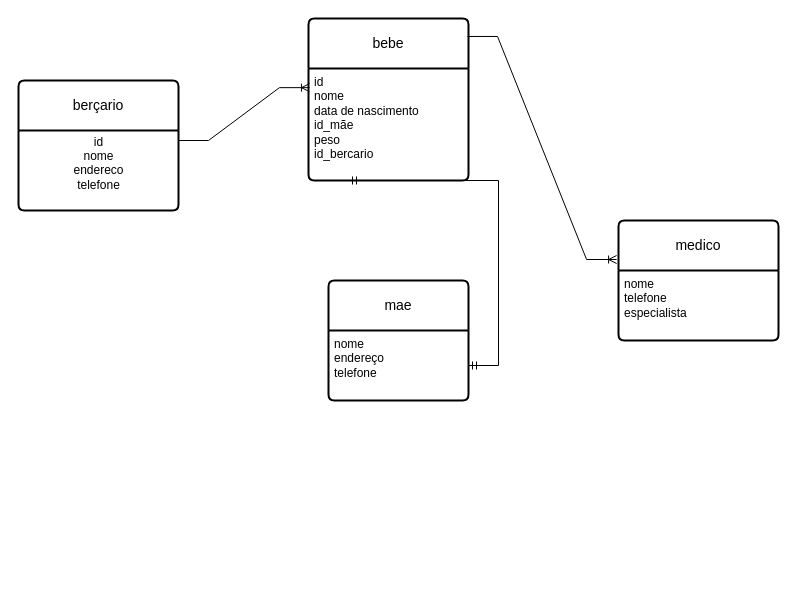
3GG11/Banco_de_Dados keeps this draw.io diagram as Diagrama sem nome.drawio. Above is the earlier version. Source tidied: cells renumbered, new cells numbered last; positions are measured from the earlier drawing's top-left corner, leaving out a move shared by most shapes. Both pictures are drawn from the tidied source at 100%, with x=0, y=0 at pixel (18, 18).
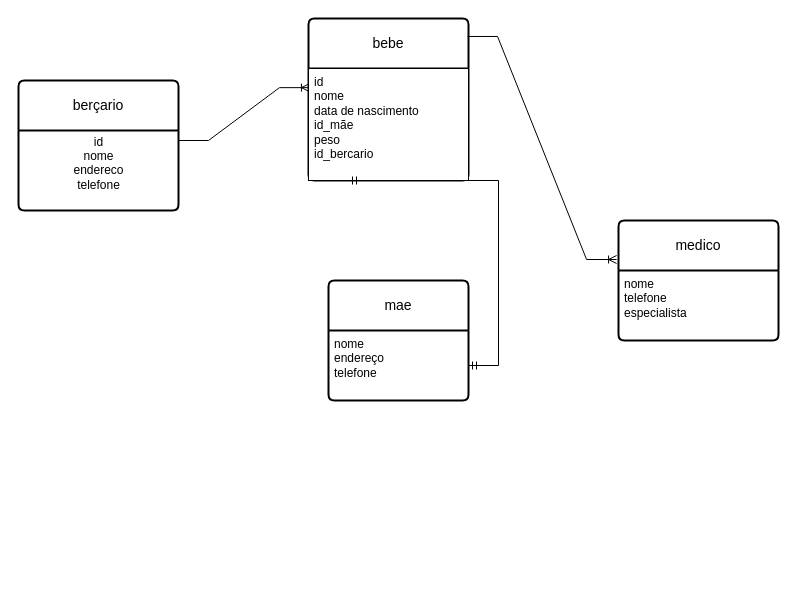
The same diagram, later.

Diff of the diagram source:
```diff
@@
 <mxGraphModel>
   <root>
     <mxCell id="0" />
     <mxCell id="1" parent="0" />
     <mxCell id="2" value="berçario" style="swimlane;horizontal=1;startSize=50;rounded=1;fontSize=14;fontStyle=0;strokeWidth=2;shadow=0;dashed=0;align=center;arcSize=4;whiteSpace=wrap;html=1;" parent="1" vertex="1">
       <mxGeometry y="62" width="160" height="130" as="geometry" />
     </mxCell>
     <mxCell id="3" value="&lt;div&gt;id&lt;/div&gt;&lt;div&gt;nome&lt;/div&gt;&lt;div&gt;endereco&lt;/div&gt;&lt;div&gt;telefone&lt;/div&gt;&lt;div&gt;&lt;br&gt;&lt;/div&gt;" style="text;html=1;align=center;verticalAlign=middle;strokeColor=none;fillColor=none;" parent="2" vertex="1">
       <mxGeometry y="50" width="160" height="80" as="geometry" />
     </mxCell>
     <mxCell id="4" style="edgeStyle=entityRelationEdgeStyle;fontSize=12;html=1;endArrow=ERoneToMany;rounded=0;entryX=0.006;entryY=0.171;entryDx=0;entryDy=0;entryPerimeter=0;" parent="1" edge="1" target="6">
       <mxGeometry relative="1" as="geometry">
         <mxPoint x="160" y="122" as="sourcePoint" />
         <Array as="points">
           <mxPoint x="130" y="182" />
           <mxPoint x="140" y="202" />
         </Array>
       </mxGeometry>
     </mxCell>
     <mxCell id="5" value="bebe" style="swimlane;horizontal=1;startSize=50;rounded=1;fontSize=14;fontStyle=0;strokeWidth=2;shadow=0;dashed=0;align=center;arcSize=4;whiteSpace=wrap;html=1;" parent="1" vertex="1">
       <mxGeometry x="290" width="160" height="162" as="geometry" />
     </mxCell>
-    <mxCell id="6" value="&lt;div&gt;id&lt;br&gt;&lt;/div&gt;&lt;div&gt;nome&lt;/div&gt;&lt;div&gt;data de nascimento&lt;/div&gt;&lt;div&gt;id_mãe&lt;/div&gt;&lt;div&gt;peso&lt;/div&gt;&lt;div&gt;id_bercario&lt;br&gt;&lt;/div&gt;" style="align=left;strokeColor=none;fillColor=none;spacingLeft=4;fontSize=12;verticalAlign=top;html=1;" parent="5" vertex="1">
+    <mxCell id="6" value="&lt;div&gt;id&lt;br&gt;&lt;/div&gt;&lt;div&gt;nome&lt;/div&gt;&lt;div&gt;data de nascimento&lt;/div&gt;&lt;div&gt;id_mãe&lt;/div&gt;&lt;div&gt;peso&lt;/div&gt;&lt;div&gt;id_bercario&lt;br&gt;&lt;/div&gt;" style="align=left;spacingLeft=4;fontSize=12;verticalAlign=top;html=1;" parent="5" vertex="1">
       <mxGeometry y="50" width="160" height="112" as="geometry" />
     </mxCell>
     <mxCell id="7" value="mae" style="swimlane;horizontal=1;startSize=50;rounded=1;fontSize=14;fontStyle=0;strokeWidth=2;shadow=0;dashed=0;align=center;arcSize=4;whiteSpace=wrap;html=1;" parent="1" vertex="1">
       <mxGeometry x="310" y="262" width="140" height="120" as="geometry" />
     </mxCell>
     <mxCell id="8" value="&lt;div&gt;nome&lt;/div&gt;&lt;div&gt;endereço&lt;/div&gt;&lt;div&gt;telefone&lt;br&gt;&lt;/div&gt;" style="align=left;strokeColor=none;fillColor=none;spacingLeft=4;fontSize=12;verticalAlign=top;html=1;" parent="7" vertex="1">
       <mxGeometry y="50" width="140" height="70" as="geometry" />
     </mxCell>
     <mxCell id="9" style="edgeStyle=orthogonalEdgeStyle;rounded=0;orthogonalLoop=1;jettySize=auto;html=1;entryX=0.65;entryY=0;entryDx=0;entryDy=0;entryPerimeter=0;" parent="1" edge="1">
       <mxGeometry relative="1" as="geometry">
         <mxPoint x="248" y="552" as="sourcePoint" />
         <mxPoint x="248" y="552" as="targetPoint" />
       </mxGeometry>
     </mxCell>
     <mxCell id="10" style="edgeStyle=entityRelationEdgeStyle;fontSize=12;html=1;endArrow=ERmandOne;startArrow=ERmandOne;rounded=0;entryX=0.25;entryY=1;entryDx=0;entryDy=0;" parent="1" edge="1" source="8" target="5">
       <mxGeometry relative="1" as="geometry" />
     </mxCell>
     <mxCell id="11" value="medico" style="swimlane;horizontal=1;startSize=50;rounded=1;fontSize=14;fontStyle=0;strokeWidth=2;shadow=0;dashed=0;align=center;arcSize=4;whiteSpace=wrap;html=1;" parent="1" vertex="1">
       <mxGeometry x="600" y="202" width="160" height="120" as="geometry" />
     </mxCell>
     <mxCell id="12" value="&lt;div&gt;nome&lt;/div&gt;&lt;div&gt;telefone&lt;/div&gt;&lt;div&gt;especialista&lt;br&gt;&lt;/div&gt;" style="align=left;strokeColor=none;fillColor=none;spacingLeft=4;fontSize=12;verticalAlign=top;html=1;" parent="11" vertex="1">
       <mxGeometry y="50" width="160" height="70" as="geometry" />
     </mxCell>
     <mxCell id="13" style="edgeStyle=entityRelationEdgeStyle;fontSize=12;html=1;endArrow=ERoneToMany;rounded=0;exitX=0.994;exitY=0.111;exitDx=0;exitDy=0;exitPerimeter=0;entryX=-0.012;entryY=0.325;entryDx=0;entryDy=0;entryPerimeter=0;" parent="1" edge="1" source="5" target="11">
       <mxGeometry relative="1" as="geometry" />
     </mxCell>
   </root>
 </mxGraphModel>
```
